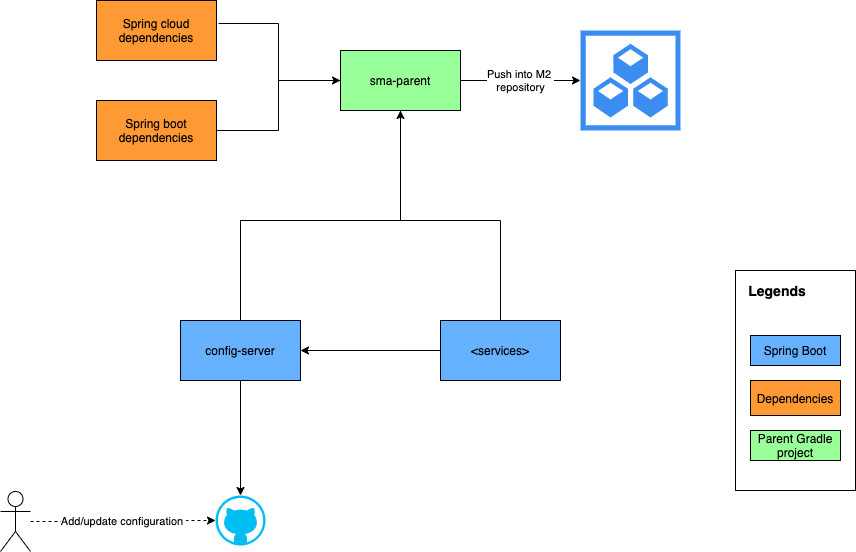
Earlier version of the draw.io export GS-access.png (tanwar/gradle-spring-boot). Source tidied: cells renumbered, new cells last; positions are measured from the earlier drawing's top-left corner, leaving out a move shared by most shapes.
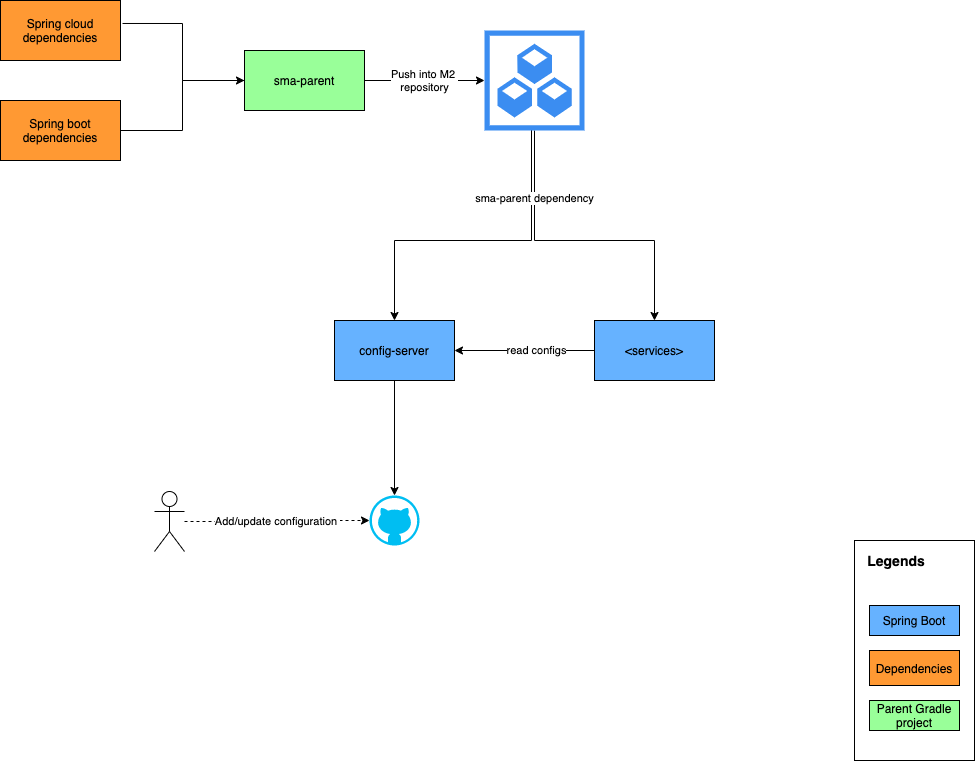
Later version of the same file.

The edit, as a diff of the source:
```diff
@@ -2,43 +2,46 @@
   <root>
     <mxCell id="0" />
     <mxCell id="1" parent="0" />
-    <mxCell id="2" style="rounded=0;whiteSpace=wrap;html=1;fillColor=none;" parent="1" vertex="1">
-      <mxGeometry x="735" y="270" width="120" height="220" as="geometry" />
-    </mxCell>
     <mxCell id="3" style="edgeStyle=orthogonalEdgeStyle;rounded=0;jettySize=auto;html=1;entryX=0;entryY=0.5;entryDx=0;entryDy=0;endArrow=none;endFill=0;startArrow=classic;startFill=1;" parent="1" edge="1" source="4" target="5">
       <mxGeometry relative="1" as="geometry" />
     </mxCell>
+    <mxCell id="23" value="read configs" style="edgeLabel;html=1;align=center;verticalAlign=middle;" parent="3" vertex="1">
+      <mxGeometry x="0.16" y="1" relative="1" as="geometry" />
+    </mxCell>
+    <mxCell id="24" style="edgeStyle=orthogonalEdgeStyle;rounded=0;jettySize=auto;html=1;entryX=0.47;entryY=0.98;entryDx=0;entryDy=0;entryPerimeter=0;startArrow=classic;startFill=1;endArrow=none;endFill=0;" parent="1" edge="1" source="4" target="11">
+      <mxGeometry relative="1" as="geometry">
+        <Array as="points">
+          <mxPoint x="490" y="240" />
+          <mxPoint x="627" y="240" />
+        </Array>
+      </mxGeometry>
+    </mxCell>
     <mxCell id="4" value="config-server" style="rounded=0;whiteSpace=wrap;html=1;fillColor=#66B2FF;" parent="1" vertex="1">
-      <mxGeometry x="180" y="320" width="120" height="60" as="geometry" />
+      <mxGeometry x="430" y="320" width="120" height="60" as="geometry" />
     </mxCell>
     <mxCell id="5" value="&amp;lt;services&amp;gt;" style="rounded=0;whiteSpace=wrap;html=1;fillColor=#66B2FF;" parent="1" vertex="1">
-      <mxGeometry x="440" y="320" width="120" height="60" as="geometry" />
+      <mxGeometry x="690" y="320" width="120" height="60" as="geometry" />
     </mxCell>
     <mxCell id="6" style="edgeStyle=orthogonalEdgeStyle;rounded=0;jettySize=auto;html=1;startArrow=classic;startFill=1;endArrow=none;endFill=0;" parent="1" edge="1" source="7" target="4">
       <mxGeometry relative="1" as="geometry" />
     </mxCell>
     <mxCell id="7" style="verticalLabelPosition=bottom;html=1;verticalAlign=top;align=center;strokeColor=none;fillColor=#00BEF2;shape=mxgraph.azure.github_code;" parent="1" vertex="1">
-      <mxGeometry x="215" y="495" width="50" height="50" as="geometry" />
+      <mxGeometry x="465" y="495" width="50" height="50" as="geometry" />
     </mxCell>
-    <mxCell id="8" style="edgeStyle=orthogonalEdgeStyle;rounded=0;jettySize=auto;html=1;entryX=0.5;entryY=0;entryDx=0;entryDy=0;endArrow=none;endFill=0;" parent="1" edge="1" source="17" target="4">
-      <mxGeometry relative="1" as="geometry">
-        <Array as="points">
-          <mxPoint x="400" y="220" />
-          <mxPoint x="240" y="220" />
-        </Array>
-      </mxGeometry>
-    </mxCell>
-    <mxCell id="9" style="edgeStyle=orthogonalEdgeStyle;rounded=0;jettySize=auto;html=1;entryX=0.5;entryY=0;entryDx=0;entryDy=0;endArrow=none;endFill=0;startArrow=classic;startFill=1;" parent="1" edge="1" source="17" target="5">
-      <mxGeometry relative="1" as="geometry">
-        <Array as="points">
-          <mxPoint x="400" y="220" />
-          <mxPoint x="500" y="220" />
-        </Array>
-      </mxGeometry>
-    </mxCell>
     <mxCell id="10" value="Push into M2 &lt;br&gt;repository" style="edgeStyle=orthogonalEdgeStyle;rounded=0;jettySize=auto;html=1;entryX=1;entryY=0.5;entryDx=0;entryDy=0;startArrow=classic;startFill=1;endArrow=none;endFill=0;" parent="1" edge="1" source="11" target="17">
       <mxGeometry relative="1" as="geometry" />
     </mxCell>
+    <mxCell id="25" style="edgeStyle=orthogonalEdgeStyle;rounded=0;jettySize=auto;html=1;startArrow=none;startFill=0;endArrow=classic;endFill=1;" parent="1" edge="1" source="11" target="5">
+      <mxGeometry relative="1" as="geometry">
+        <Array as="points">
+          <mxPoint x="630" y="240" />
+          <mxPoint x="750" y="240" />
+        </Array>
+      </mxGeometry>
+    </mxCell>
+    <mxCell id="26" value="sma-parent dependency" style="edgeLabel;html=1;align=center;verticalAlign=middle;" parent="25" vertex="1">
+      <mxGeometry x="-0.57" y="-1" relative="1" as="geometry" />
+    </mxCell>
     <mxCell id="11" style="html=1;strokeColor=none;shadow=0;align=center;verticalAlign=top;fillColor=#3B8DF1;shape=mxgraph.gcp2.repository_3;" parent="1" vertex="1">
       <mxGeometry x="580" y="30" width="100" height="100" as="geometry" />
     </mxCell>
@@ -46,17 +49,8 @@
       <mxGeometry relative="1" as="geometry" />
     </mxCell>
     <mxCell id="13" style="shape=umlActor;verticalLabelPosition=bottom;verticalAlign=top;html=1;outlineConnect=0;" parent="1" vertex="1">
-      <mxGeometry y="491" width="30" height="60" as="geometry" />
+      <mxGeometry x="250" y="491" width="30" height="60" as="geometry" />
     </mxCell>
-    <mxCell id="14" value="Spring Boot" style="rounded=0;whiteSpace=wrap;html=1;fillColor=#66B2FF;" parent="1" vertex="1">
-      <mxGeometry x="750" y="335" width="90" height="30" as="geometry" />
-    </mxCell>
-    <mxCell id="15" value="Dependencies" style="rounded=0;whiteSpace=wrap;html=1;fillColor=#FF9933;" parent="1" vertex="1">
-      <mxGeometry x="750" y="380" width="90" height="35" as="geometry" />
-    </mxCell>
-    <mxCell id="16" value="&lt;font style=&quot;font-size: 14px&quot;&gt;&lt;b&gt;Legends&lt;/b&gt;&lt;/font&gt;" style="text;html=1;strokeColor=none;fillColor=none;align=center;verticalAlign=middle;whiteSpace=wrap;rounded=0;" parent="1" vertex="1">
-      <mxGeometry x="757" y="280" width="40" height="20" as="geometry" />
-    </mxCell>
     <mxCell id="17" value="sma-parent" style="rounded=0;whiteSpace=wrap;html=1;fillColor=#99FF99;" parent="1" vertex="1">
       <mxGeometry x="340" y="50" width="120" height="60" as="geometry" />
     </mxCell>
@@ -72,8 +66,23 @@
     <mxCell id="21" style="edgeStyle=orthogonalEdgeStyle;rounded=0;jettySize=auto;html=1;entryX=1;entryY=0.5;entryDx=0;entryDy=0;endArrow=none;endFill=0;startArrow=classic;startFill=1;" parent="1" edge="1" source="17" target="20">
       <mxGeometry x="210" y="40" as="geometry" />
     </mxCell>
+    <mxCell id="27" style="group;" parent="1" vertex="1">
+      <mxGeometry x="950" y="540" width="120" height="220" as="geometry" />
+    </mxCell>
+    <mxCell id="2" style="rounded=0;whiteSpace=wrap;html=1;fillColor=none;" parent="27" vertex="1">
+      <mxGeometry width="120" height="220" as="geometry" />
+    </mxCell>
+    <mxCell id="14" value="Spring Boot" style="rounded=0;whiteSpace=wrap;html=1;fillColor=#66B2FF;" parent="27" vertex="1">
+      <mxGeometry x="15" y="65" width="90" height="30" as="geometry" />
+    </mxCell>
+    <mxCell id="15" value="Dependencies" style="rounded=0;whiteSpace=wrap;html=1;fillColor=#FF9933;" parent="27" vertex="1">
+      <mxGeometry x="15" y="110" width="90" height="35" as="geometry" />
+    </mxCell>
+    <mxCell id="16" value="&lt;font style=&quot;font-size: 14px&quot;&gt;&lt;b&gt;Legends&lt;/b&gt;&lt;/font&gt;" style="text;html=1;strokeColor=none;fillColor=none;align=center;verticalAlign=middle;whiteSpace=wrap;rounded=0;" parent="27" vertex="1">
+      <mxGeometry x="22" y="10" width="40" height="20" as="geometry" />
+    </mxCell>
-    <mxCell id="22" value="Parent Gradle project" style="rounded=0;whiteSpace=wrap;html=1;fillColor=#99FF99;" parent="1" vertex="1">
-      <mxGeometry x="750" y="430" width="90" height="30" as="geometry" />
+    <mxCell id="22" value="Parent Gradle project" style="rounded=0;whiteSpace=wrap;html=1;fillColor=#99FF99;" parent="27" vertex="1">
+      <mxGeometry x="15" y="160" width="90" height="30" as="geometry" />
     </mxCell>
   </root>
 </mxGraphModel>
```
